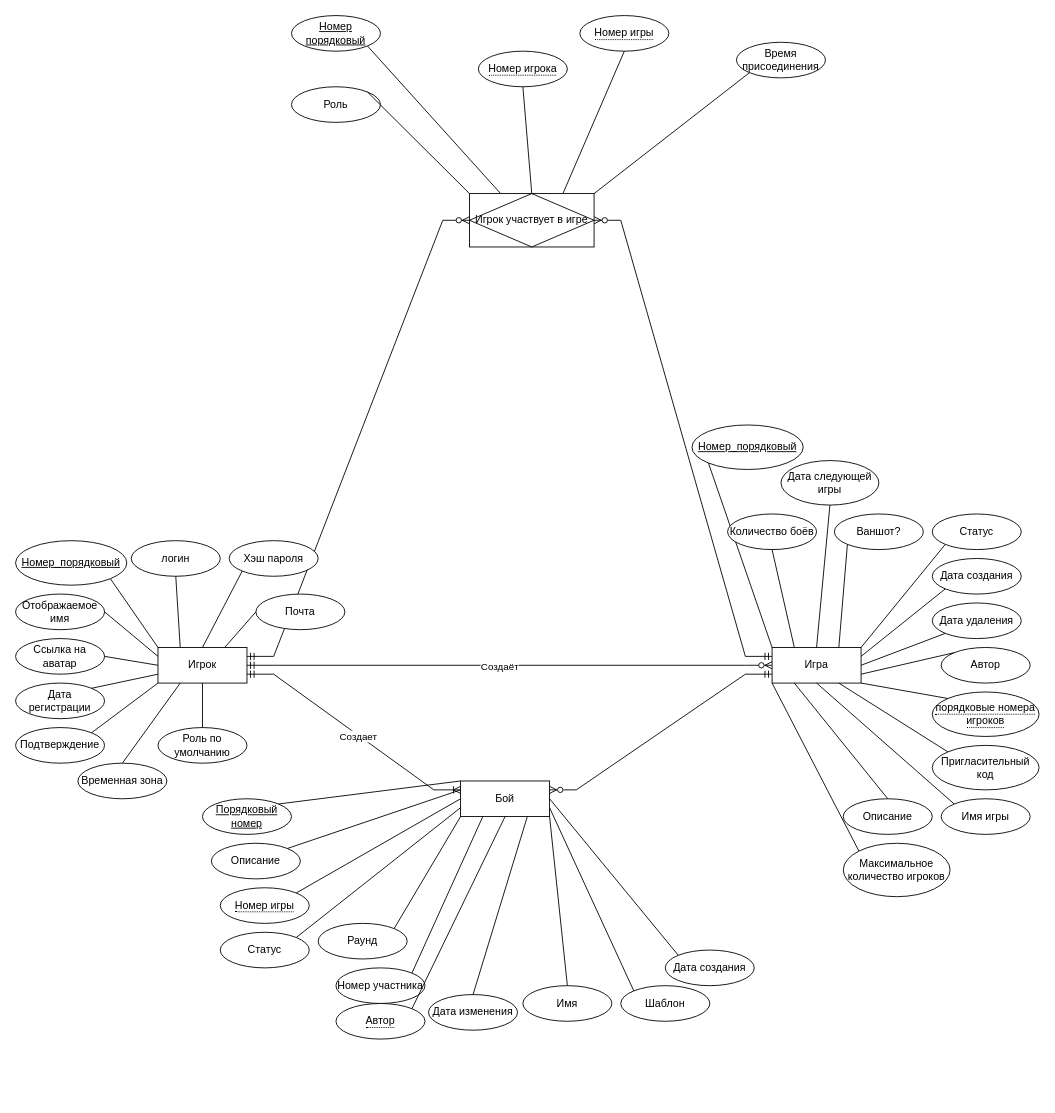
Earlier version of the draw.io diagram er_diagramm/dnd5e_battle_tracker_er.drawio (IsaevSlava2001/dnd5e_battle_tracker). Source tidied: cells renumbered, new cells numbered last; positions are measured from the earlier drawing's top-left corner, leaving out a move shared by most shapes. Both pictures are drawn from the tidied source at 89%, with x=0, y=0 at pixel (15, 15).
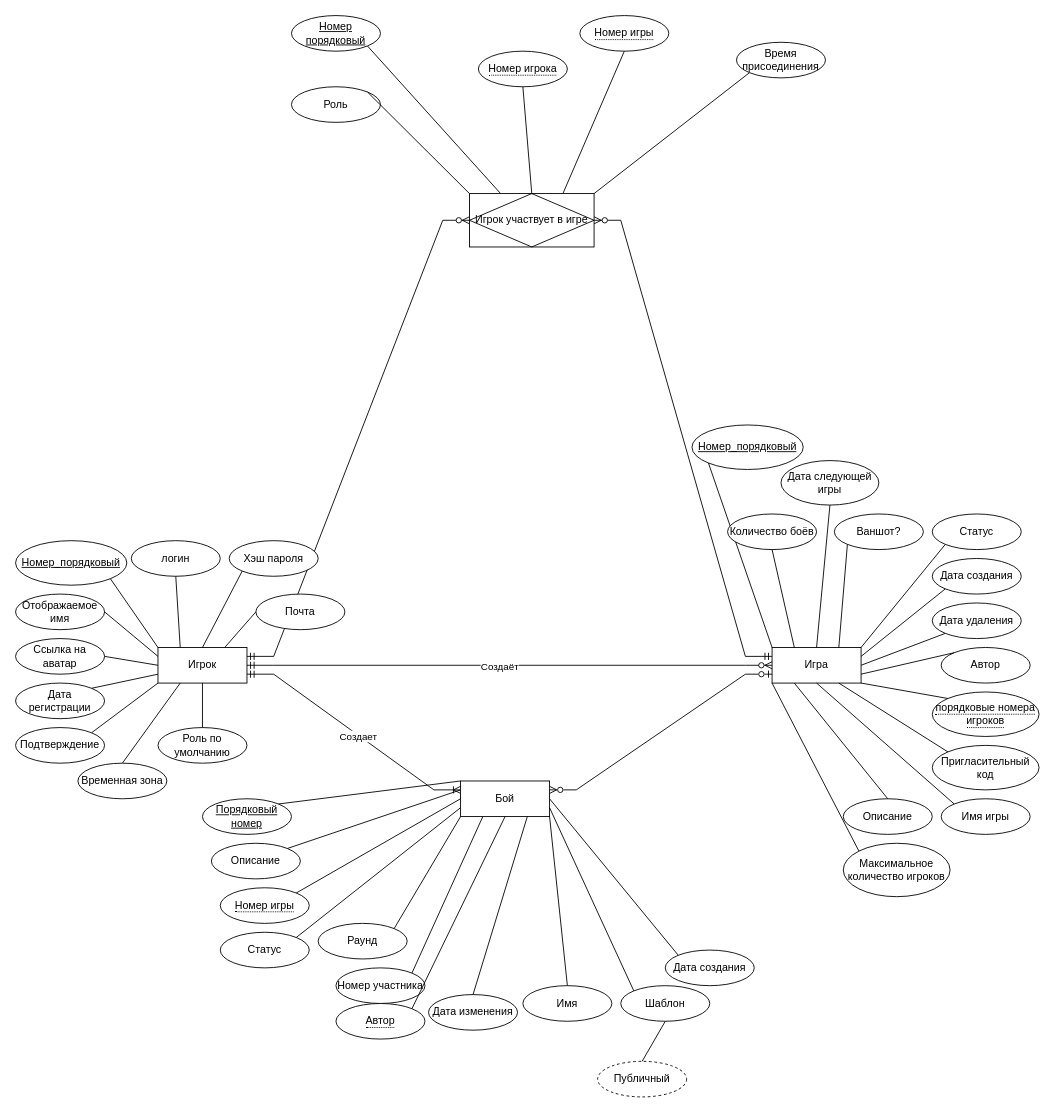
Above is the later version.

Unchanged cells that the change refers to:
```xml
<mxCell id="28" value="Игра" style="whiteSpace=wrap;html=1;align=center;" parent="27" vertex="1">
  <mxGeometry x="90" y="250" width="100" height="40" as="geometry" />
</mxCell>
<mxCell id="57" value="Бой" style="whiteSpace=wrap;html=1;align=center;" parent="56" vertex="1">
  <mxGeometry x="290" width="100" height="40" as="geometry" />
</mxCell>
<mxCell id="65" value="Шаблон" style="ellipse;whiteSpace=wrap;html=1;align=center;" parent="56" vertex="1">
  <mxGeometry x="470" y="230" width="100" height="40" as="geometry" />
</mxCell>
```

What changed in the source:
```diff
@@
-    <mxCell id="94" style="edgeStyle=entityRelationEdgeStyle;fontSize=12;html=1;endArrow=ERmandOne;rounded=0;startArrow=ERzeroToMany;startFill=0;entryX=0;entryY=0.75;entryDx=0;entryDy=0;exitX=1;exitY=0.25;exitDx=0;exitDy=0;" parent="1" edge="1" source="57" target="28">
+    <mxCell id="94" style="edgeStyle=entityRelationEdgeStyle;fontSize=12;html=1;endArrow=ERzeroToOne;rounded=0;startArrow=ERzeroToMany;startFill=0;entryX=0;entryY=0.75;entryDx=0;entryDy=0;exitX=1;exitY=0.25;exitDx=0;exitDy=0;endFill=0;" parent="1" edge="1" source="57" target="28">
       <mxGeometry relative="1" as="geometry" />
     </mxCell>
+    <mxCell id="95" value="Публичный" style="ellipse;whiteSpace=wrap;html=1;align=center;dashed=1;" parent="1" vertex="1">
+      <mxGeometry x="654" y="1175" width="100" height="40" as="geometry" />
+    </mxCell>
+    <mxCell id="96" style="endArrow=none;html=1;rounded=0;entryX=0.5;entryY=1;entryDx=0;entryDy=0;exitX=0.5;exitY=0;exitDx=0;exitDy=0;" parent="1" edge="1" source="95" target="65">
+      <mxGeometry relative="1" as="geometry" />
+    </mxCell>
```
